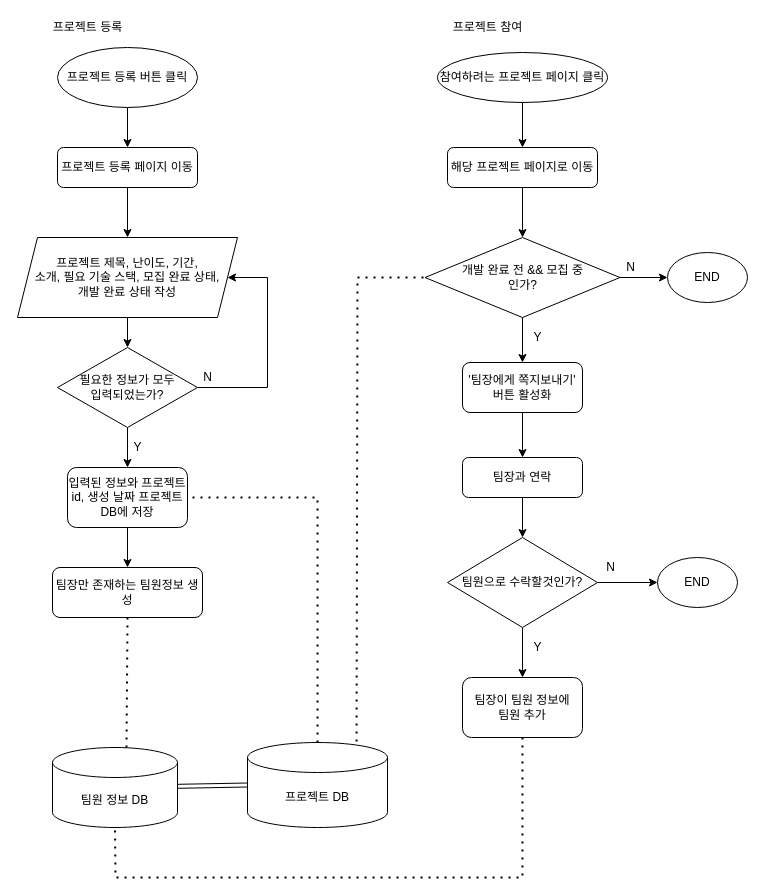
Above: ServerSystem/Projects.drawio in ash0814/univ_assignments (draw.io), before the change. Source tidied: cells renumbered, new cells numbered last; positions are measured from the earlier drawing's top-left corner, leaving out a move shared by most shapes. Both pictures are drawn from the tidied source at 100%, with x=0, y=0 at pixel (17, 17).
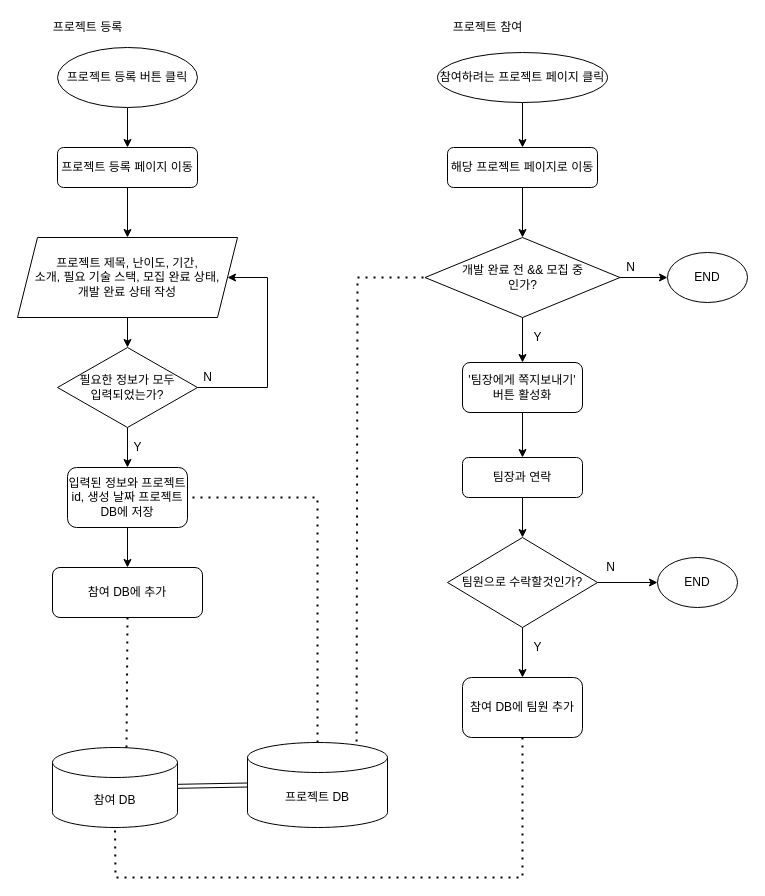
The same diagram, later.

What changed in the source:
```diff
@@
-    <mxCell id="29" value="팀장이 팀원 정보에&lt;br&gt;팀원 추가" style="rounded=1;whiteSpace=wrap;html=1;" parent="1" vertex="1">
+    <mxCell id="29" value="참여 DB에 팀원 추가" style="rounded=1;whiteSpace=wrap;html=1;" parent="1" vertex="1">
       <mxGeometry x="445" y="660" width="120" height="60" as="geometry" />
     </mxCell>
@@
-    <mxCell id="36" value="팀장만 존재하는 팀원정보 생성" style="rounded=1;whiteSpace=wrap;html=1;" parent="1" vertex="1">
+    <mxCell id="36" value="참여 DB에 추가" style="rounded=1;whiteSpace=wrap;html=1;" parent="1" vertex="1">
       <mxGeometry x="35" y="550" width="150" height="50" as="geometry" />
     </mxCell>
-    <mxCell id="37" value="팀원 정보 DB" style="shape=cylinder3;whiteSpace=wrap;html=1;boundedLbl=1;backgroundOutline=1;size=15;" parent="1" vertex="1">
+    <mxCell id="37" value="참여 DB" style="shape=cylinder3;whiteSpace=wrap;html=1;boundedLbl=1;backgroundOutline=1;size=15;" parent="1" vertex="1">
       <mxGeometry x="35" y="730" width="125" height="80" as="geometry" />
     </mxCell>
```
